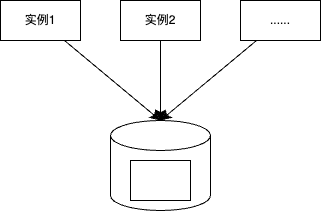
Earlier version of the draw.io export 数据库.drawio.png (Luozujian/draw). Source tidied: cells renumbered, new cells last; positions are measured from the earlier drawing's top-left corner, leaving out a move shared by most shapes. The source it was exported from:
```xml
<mxGraphModel>
  <root>
    <mxCell id="0" />
    <mxCell id="1" parent="0" />
    <mxCell id="2" style="shape=cylinder3;whiteSpace=wrap;html=1;boundedLbl=1;backgroundOutline=1;size=15;" parent="1" vertex="1">
      <mxGeometry x="110" y="120" width="100" height="90" as="geometry" />
    </mxCell>
    <mxCell id="3" style="rounded=0;whiteSpace=wrap;html=1;" parent="1" vertex="1">
      <mxGeometry x="130" y="160" width="60" height="40" as="geometry" />
    </mxCell>
    <mxCell id="4" value="实例1" style="rounded=0;whiteSpace=wrap;html=1;" parent="1" vertex="1">
      <mxGeometry width="80" height="40" as="geometry" />
    </mxCell>
    <mxCell id="5" value="实例2" style="rounded=0;whiteSpace=wrap;html=1;" parent="1" vertex="1">
      <mxGeometry x="120" width="80" height="40" as="geometry" />
    </mxCell>
    <mxCell id="6" value="......" style="rounded=0;whiteSpace=wrap;html=1;" parent="1" vertex="1">
      <mxGeometry x="240" width="80" height="40" as="geometry" />
    </mxCell>
    <mxCell id="7" style="edgeStyle=none;curved=1;rounded=0;jettySize=auto;html=1;entryX=0.5;entryY=0;entryDx=0;entryDy=0;entryPerimeter=0;fontSize=12;startSize=8;endSize=8;" parent="1" edge="1" source="4" target="2">
      <mxGeometry relative="1" as="geometry" />
    </mxCell>
    <mxCell id="8" style="edgeStyle=none;curved=1;rounded=0;jettySize=auto;html=1;entryX=0.5;entryY=0;entryDx=0;entryDy=0;entryPerimeter=0;fontSize=12;startSize=8;endSize=8;" parent="1" edge="1" source="5" target="2">
      <mxGeometry relative="1" as="geometry" />
    </mxCell>
    <mxCell id="9" style="edgeStyle=none;curved=1;rounded=0;jettySize=auto;html=1;entryX=0.5;entryY=0;entryDx=0;entryDy=0;entryPerimeter=0;fontSize=12;startSize=8;endSize=8;" parent="1" edge="1" source="6" target="2">
      <mxGeometry relative="1" as="geometry" />
    </mxCell>
  </root>
</mxGraphModel>
```
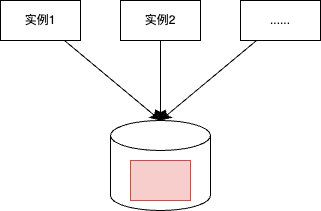
Above is the later version.

Commit message:
更新数据库.drawio.png

What changed in the source:
```diff
@@ -5,7 +5,7 @@
     <mxCell id="2" style="shape=cylinder3;whiteSpace=wrap;html=1;boundedLbl=1;backgroundOutline=1;size=15;" parent="1" vertex="1">
       <mxGeometry x="110" y="120" width="100" height="90" as="geometry" />
     </mxCell>
-    <mxCell id="3" style="rounded=0;whiteSpace=wrap;html=1;" parent="1" vertex="1">
+    <mxCell id="3" style="rounded=0;whiteSpace=wrap;html=1;fillColor=#f8cecc;strokeColor=#b85450;" parent="1" vertex="1">
       <mxGeometry x="130" y="160" width="60" height="40" as="geometry" />
     </mxCell>
     <mxCell id="4" value="实例1" style="rounded=0;whiteSpace=wrap;html=1;" parent="1" vertex="1">
```
